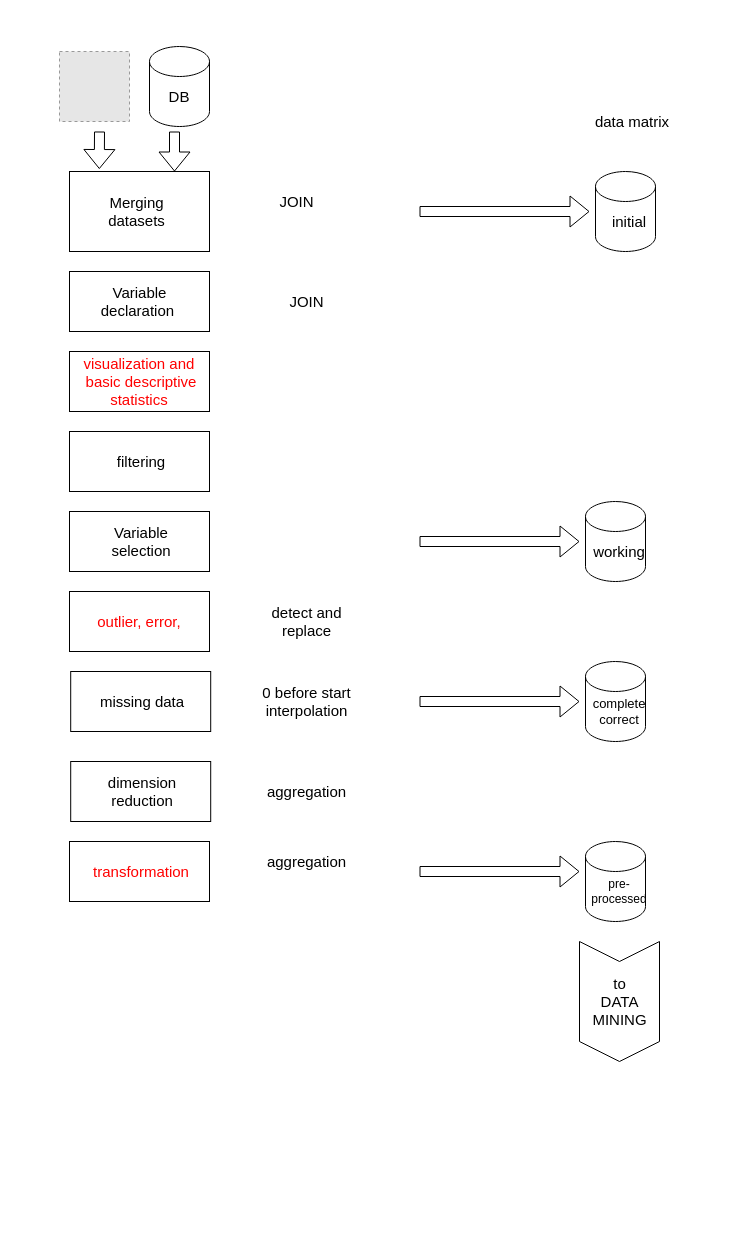
Above: pre-processing.drawio in spepechen/MVTEC-covid-test (draw.io), before the change. Source tidied: cells renumbered, new cells numbered last; positions are measured from the earlier drawing's top-left corner, leaving out a move shared by most shapes. Both pictures are drawn from the tidied source at 100%, with x=0, y=0 at pixel (59, 46). Pictures stored in the file or linked from it are replaced by grey dashed boxes.
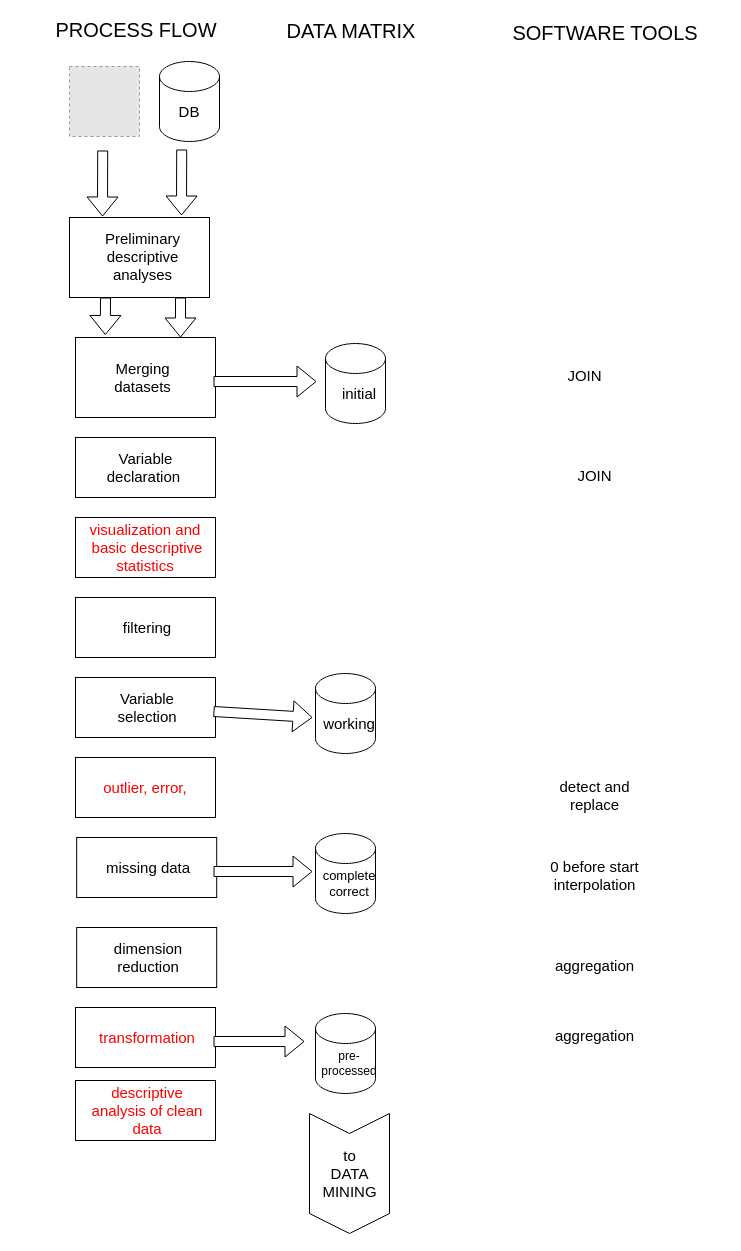
After the change.

Diff of the diagram source:
```diff
@@
     <mxCell id="2" style="fillColor=#E6E6E6;strokeColor=#999999;dashed=1;verticalLabelPosition=bottom;verticalAlign=top;fontSize=15;" parent="1" vertex="1">
-      <mxGeometry y="5" width="70" height="70" as="geometry" />
+      <mxGeometry x="10" y="20" width="70" height="70" as="geometry" />
     </mxCell>
     <mxCell id="3" style="shape=cylinder3;whiteSpace=wrap;html=1;boundedLbl=1;backgroundOutline=1;size=15;fontSize=15;" parent="1" vertex="1">
-      <mxGeometry x="90" width="60" height="80" as="geometry" />
+      <mxGeometry x="100" y="15" width="60" height="80" as="geometry" />
     </mxCell>
     <mxCell id="4" value="DB" style="text;html=1;strokeColor=none;align=center;verticalAlign=middle;whiteSpace=wrap;rounded=0;fillColor=#ffffff;fontSize=15;" parent="1" vertex="1">
-      <mxGeometry x="100" y="40" width="40" height="20" as="geometry" />
+      <mxGeometry x="110" y="55" width="40" height="20" as="geometry" />
     </mxCell>
     <mxCell id="5" style="rounded=0;whiteSpace=wrap;html=1;fillColor=#ffffff;fontSize=15;" parent="1" vertex="1">
-      <mxGeometry x="10" y="125" width="140" height="80" as="geometry" />
+      <mxGeometry x="16" y="291" width="140" height="80" as="geometry" />
     </mxCell>
     <mxCell id="6" value="Merging datasets" style="text;html=1;strokeColor=none;fillColor=none;align=center;verticalAlign=middle;whiteSpace=wrap;rounded=0;fontSize=15;" parent="1" vertex="1">
-      <mxGeometry x="20" y="155" width="115" height="20" as="geometry" />
+      <mxGeometry x="26" y="321" width="115" height="20" as="geometry" />
     </mxCell>
     <mxCell id="7" style="shape=flexArrow;endArrow=classic;html=1;fontSize=15;entryX=0.75;entryY=0;entryDx=0;entryDy=0;" parent="1" edge="1" target="5">
       <mxGeometry relative="1" as="geometry">
-        <mxPoint x="115" y="85" as="sourcePoint" />
+        <mxPoint x="121" y="251" as="sourcePoint" />
       </mxGeometry>
     </mxCell>
     <mxCell id="8" style="shape=flexArrow;endArrow=classic;html=1;fontSize=15;entryX=0.213;entryY=-0.031;entryDx=0;entryDy=0;entryPerimeter=0;" parent="1" edge="1" target="5">
       <mxGeometry relative="1" as="geometry">
-        <mxPoint x="40" y="85" as="sourcePoint" />
+        <mxPoint x="46" y="251" as="sourcePoint" />
       </mxGeometry>
     </mxCell>
     <mxCell id="9" style="shape=cylinder3;whiteSpace=wrap;html=1;boundedLbl=1;backgroundOutline=1;size=15;strokeColor=#000000;fillColor=#ffffff;fontSize=15;" parent="1" vertex="1">
-      <mxGeometry x="536" y="125" width="60" height="80" as="geometry" />
+      <mxGeometry x="266" y="297" width="60" height="80" as="geometry" />
     </mxCell>
     <mxCell id="10" style="shape=flexArrow;endArrow=classic;html=1;fontSize=15;fillColor=#ffffff;" parent="1" edge="1">
       <mxGeometry relative="1" as="geometry">
-        <mxPoint x="360" y="165" as="sourcePoint" />
-        <mxPoint x="530" y="165" as="targetPoint" />
+        <mxPoint x="154" y="335" as="sourcePoint" />
+        <mxPoint x="257" y="335" as="targetPoint" />
       </mxGeometry>
     </mxCell>
     <mxCell id="11" value="initial" style="text;html=1;strokeColor=none;align=center;verticalAlign=middle;whiteSpace=wrap;rounded=0;strokeWidth=4;fontSize=15;" parent="1" vertex="1">
-      <mxGeometry x="540" y="165" width="60" height="20" as="geometry" />
+      <mxGeometry x="270" y="337" width="60" height="20" as="geometry" />
     </mxCell>
     <mxCell id="12" style="rounded=0;whiteSpace=wrap;html=1;fillColor=#ffffff;fontSize=15;" parent="1" vertex="1">
-      <mxGeometry x="10" y="225" width="140" height="60" as="geometry" />
+      <mxGeometry x="16" y="391" width="140" height="60" as="geometry" />
     </mxCell>
     <mxCell id="13" value="Variable declaration&amp;nbsp;" style="text;html=1;strokeColor=none;fillColor=none;align=center;verticalAlign=middle;whiteSpace=wrap;rounded=0;fontSize=15;" parent="1" vertex="1">
-      <mxGeometry x="22.5" y="245" width="115" height="20" as="geometry" />
+      <mxGeometry x="28.5" y="411" width="115" height="20" as="geometry" />
     </mxCell>
     <mxCell id="14" style="rounded=0;whiteSpace=wrap;html=1;fillColor=#ffffff;fontSize=15;fontColor=#FF0000;" parent="1" vertex="1">
-      <mxGeometry x="10" y="305" width="140" height="60" as="geometry" />
+      <mxGeometry x="16" y="471" width="140" height="60" as="geometry" />
     </mxCell>
     <mxCell id="15" value="visualization and&amp;nbsp; basic descriptive statistics&amp;nbsp;" style="text;html=1;strokeColor=none;fillColor=none;align=center;verticalAlign=middle;whiteSpace=wrap;rounded=0;fontSize=15;fontColor=#FF0000;" parent="1" vertex="1">
-      <mxGeometry x="22.5" y="325" width="117.5" height="20" as="geometry" />
+      <mxGeometry x="28.5" y="491" width="117.5" height="20" as="geometry" />
     </mxCell>
     <mxCell id="16" style="rounded=0;whiteSpace=wrap;html=1;fillColor=#ffffff;fontSize=15;" parent="1" vertex="1">
-      <mxGeometry x="10" y="385" width="140" height="60" as="geometry" />
+      <mxGeometry x="16" y="551" width="140" height="60" as="geometry" />
     </mxCell>
     <mxCell id="17" value="filtering" style="text;html=1;strokeColor=none;fillColor=none;align=center;verticalAlign=middle;whiteSpace=wrap;rounded=0;fontSize=15;" parent="1" vertex="1">
-      <mxGeometry x="22.5" y="405" width="117.5" height="20" as="geometry" />
+      <mxGeometry x="28.5" y="571" width="117.5" height="20" as="geometry" />
     </mxCell>
     <mxCell id="18" style="rounded=0;whiteSpace=wrap;html=1;fillColor=#ffffff;fontSize=15;" parent="1" vertex="1">
-      <mxGeometry x="10" y="465" width="140" height="60" as="geometry" />
+      <mxGeometry x="16" y="631" width="140" height="60" as="geometry" />
     </mxCell>
     <mxCell id="19" value="Variable selection" style="text;html=1;strokeColor=none;fillColor=none;align=center;verticalAlign=middle;whiteSpace=wrap;rounded=0;fontSize=15;" parent="1" vertex="1">
-      <mxGeometry x="22.5" y="485" width="117.5" height="20" as="geometry" />
+      <mxGeometry x="28.5" y="651" width="117.5" height="20" as="geometry" />
     </mxCell>
     <mxCell id="20" style="shape=cylinder3;whiteSpace=wrap;html=1;boundedLbl=1;backgroundOutline=1;size=15;strokeColor=#000000;fillColor=#ffffff;fontSize=15;" parent="1" vertex="1">
-      <mxGeometry x="526" y="455" width="60" height="80" as="geometry" />
+      <mxGeometry x="256" y="627" width="60" height="80" as="geometry" />
     </mxCell>
     <mxCell id="21" style="shape=flexArrow;endArrow=classic;html=1;fontSize=15;fillColor=#ffffff;" parent="1" edge="1">
       <mxGeometry relative="1" as="geometry">
-        <mxPoint x="360" y="495" as="sourcePoint" />
-        <mxPoint x="520" y="495" as="targetPoint" />
+        <mxPoint x="154" y="665" as="sourcePoint" />
+        <mxPoint x="253" y="671" as="targetPoint" />
       </mxGeometry>
     </mxCell>
     <mxCell id="22" style="rounded=0;whiteSpace=wrap;html=1;fillColor=#ffffff;fontSize=15;" parent="1" vertex="1">
-      <mxGeometry x="10" y="545" width="140" height="60" as="geometry" />
+      <mxGeometry x="16" y="711" width="140" height="60" as="geometry" />
     </mxCell>
     <mxCell id="23" value="outlier, error,&amp;nbsp;" style="text;html=1;strokeColor=none;fillColor=none;align=center;verticalAlign=middle;whiteSpace=wrap;rounded=0;fontSize=15;fontColor=#FF0000;" parent="1" vertex="1">
-      <mxGeometry x="22.5" y="565" width="117.5" height="20" as="geometry" />
+      <mxGeometry x="28.5" y="731" width="117.5" height="20" as="geometry" />
     </mxCell>
     <mxCell id="24" style="shape=cylinder3;whiteSpace=wrap;html=1;boundedLbl=1;backgroundOutline=1;size=15;strokeColor=#000000;fillColor=#ffffff;fontSize=15;" parent="1" vertex="1">
-      <mxGeometry x="526" y="615" width="60" height="80" as="geometry" />
+      <mxGeometry x="256" y="787" width="60" height="80" as="geometry" />
     </mxCell>
     <mxCell id="25" style="rounded=0;whiteSpace=wrap;html=1;fillColor=#ffffff;fontSize=15;" parent="1" vertex="1">
-      <mxGeometry x="11.2" y="625" width="140" height="60" as="geometry" />
+      <mxGeometry x="17.2" y="791" width="140" height="60" as="geometry" />
     </mxCell>
     <mxCell id="26" value="missing data" style="text;html=1;strokeColor=none;fillColor=none;align=center;verticalAlign=middle;whiteSpace=wrap;rounded=0;fontSize=15;" parent="1" vertex="1">
-      <mxGeometry x="23.8" y="645" width="117.5" height="20" as="geometry" />
+      <mxGeometry x="29.8" y="811" width="117.5" height="20" as="geometry" />
     </mxCell>
     <mxCell id="27" style="shape=flexArrow;endArrow=classic;html=1;fontSize=15;fillColor=#ffffff;" parent="1" edge="1">
       <mxGeometry relative="1" as="geometry">
-        <mxPoint x="360" y="655" as="sourcePoint" />
-        <mxPoint x="520" y="655" as="targetPoint" />
+        <mxPoint x="154" y="825" as="sourcePoint" />
+        <mxPoint x="253" y="825" as="targetPoint" />
       </mxGeometry>
     </mxCell>
     <mxCell id="28" style="rounded=0;whiteSpace=wrap;html=1;fillColor=#ffffff;fontSize=15;" parent="1" vertex="1">
-      <mxGeometry x="11.2" y="715" width="140" height="60" as="geometry" />
+      <mxGeometry x="17.2" y="881" width="140" height="60" as="geometry" />
     </mxCell>
     <mxCell id="29" value="dimension reduction" style="text;html=1;strokeColor=none;fillColor=none;align=center;verticalAlign=middle;whiteSpace=wrap;rounded=0;fontSize=15;" parent="1" vertex="1">
-      <mxGeometry x="23.8" y="735" width="117.5" height="20" as="geometry" />
+      <mxGeometry x="29.8" y="901" width="117.5" height="20" as="geometry" />
     </mxCell>
     <mxCell id="30" style="rounded=0;whiteSpace=wrap;html=1;fillColor=#ffffff;fontSize=15;" parent="1" vertex="1">
-      <mxGeometry x="10" y="795" width="140" height="60" as="geometry" />
+      <mxGeometry x="16" y="961" width="140" height="60" as="geometry" />
     </mxCell>
     <mxCell id="31" value="transformation" style="text;html=1;strokeColor=none;fillColor=none;align=center;verticalAlign=middle;whiteSpace=wrap;rounded=0;fontSize=15;fontColor=#FF0000;" parent="1" vertex="1">
-      <mxGeometry x="22.5" y="815" width="117.5" height="20" as="geometry" />
+      <mxGeometry x="28.5" y="981" width="117.5" height="20" as="geometry" />
     </mxCell>
     <mxCell id="32" style="shape=flexArrow;endArrow=classic;html=1;fontSize=15;fillColor=#ffffff;" parent="1" edge="1">
       <mxGeometry relative="1" as="geometry">
-        <mxPoint x="360" y="825" as="sourcePoint" />
-        <mxPoint x="520" y="825" as="targetPoint" />
+        <mxPoint x="154" y="995" as="sourcePoint" />
+        <mxPoint x="245" y="995" as="targetPoint" />
       </mxGeometry>
     </mxCell>
     <mxCell id="33" style="shape=cylinder3;whiteSpace=wrap;html=1;boundedLbl=1;backgroundOutline=1;size=15;strokeColor=#000000;fillColor=#ffffff;fontSize=15;" parent="1" vertex="1">
-      <mxGeometry x="526" y="795" width="60" height="80" as="geometry" />
+      <mxGeometry x="256" y="967" width="60" height="80" as="geometry" />
     </mxCell>
     <mxCell id="34" style="shape=step;perimeter=stepPerimeter;whiteSpace=wrap;html=1;fixedSize=1;strokeColor=#000000;strokeWidth=1;fillColor=#ffffff;fontSize=15;fontColor=#FF0000;direction=south;" parent="1" vertex="1">
-      <mxGeometry x="520" y="895" width="80" height="120" as="geometry" />
+      <mxGeometry x="250" y="1067" width="80" height="120" as="geometry" />
     </mxCell>
     <mxCell id="35" value="to DATA MINING" style="text;html=1;strokeColor=none;fillColor=none;align=center;verticalAlign=middle;whiteSpace=wrap;rounded=0;fontSize=15;" parent="1" vertex="1">
-      <mxGeometry x="535.6" y="915" width="48.8" height="80" as="geometry" />
+      <mxGeometry x="265.6" y="1087" width="48.8" height="80" as="geometry" />
     </mxCell>
-    <mxCell id="36" value="data matrix" style="text;html=1;strokeColor=none;align=center;verticalAlign=middle;whiteSpace=wrap;rounded=0;fillColor=#ffffff;strokeWidth=4;fontSize=15;" parent="1" vertex="1">
-      <mxGeometry x="490" y="65" width="166" height="20" as="geometry" />
+    <mxCell id="36" value="DATA MATRIX" style="text;html=1;strokeColor=none;align=center;verticalAlign=middle;whiteSpace=wrap;rounded=0;fillColor=#ffffff;strokeWidth=4;fontSize=20;" parent="1" vertex="1">
+      <mxGeometry x="209" y="-26" width="166" height="20" as="geometry" />
     </mxCell>
     <mxCell id="37" value="working" style="text;html=1;strokeColor=none;align=center;verticalAlign=middle;whiteSpace=wrap;rounded=0;strokeWidth=4;fontSize=15;" parent="1" vertex="1">
-      <mxGeometry x="530" y="495" width="60" height="20" as="geometry" />
+      <mxGeometry x="260" y="667" width="60" height="20" as="geometry" />
     </mxCell>
     <mxCell id="38" value="complete&lt;br style=&quot;font-size: 13px;&quot;&gt;correct" style="text;html=1;strokeColor=none;align=center;verticalAlign=middle;whiteSpace=wrap;rounded=0;strokeWidth=4;fontSize=13;" parent="1" vertex="1">
-      <mxGeometry x="530" y="645" width="60" height="40" as="geometry" />
+      <mxGeometry x="260" y="817" width="60" height="40" as="geometry" />
     </mxCell>
     <mxCell id="39" value="pre-processed" style="text;html=1;strokeColor=none;align=center;verticalAlign=middle;whiteSpace=wrap;rounded=0;strokeWidth=4;fontSize=12;" parent="1" vertex="1">
-      <mxGeometry x="530" y="825" width="60" height="40" as="geometry" />
+      <mxGeometry x="260" y="997" width="60" height="40" as="geometry" />
     </mxCell>
     <mxCell id="40" value="JOIN" style="text;html=1;strokeColor=none;fillColor=none;align=center;verticalAlign=middle;whiteSpace=wrap;rounded=0;fontSize=15;" parent="1" vertex="1">
-      <mxGeometry x="180" y="145" width="115" height="20" as="geometry" />
+      <mxGeometry x="468" y="319" width="115" height="20" as="geometry" />
     </mxCell>
     <mxCell id="41" value="JOIN" style="text;html=1;strokeColor=none;fillColor=none;align=center;verticalAlign=middle;whiteSpace=wrap;rounded=0;fontSize=15;" parent="1" vertex="1">
-      <mxGeometry x="190" y="245" width="115" height="20" as="geometry" />
+      <mxGeometry x="478" y="419" width="115" height="20" as="geometry" />
     </mxCell>
     <mxCell id="42" value="aggregation" style="text;html=1;strokeColor=none;fillColor=none;align=center;verticalAlign=middle;whiteSpace=wrap;rounded=0;fontSize=15;" parent="1" vertex="1">
-      <mxGeometry x="190" y="735" width="115" height="20" as="geometry" />
+      <mxGeometry x="478" y="909" width="115" height="20" as="geometry" />
     </mxCell>
     <mxCell id="43" value="0 before start&lt;br&gt;interpolation" style="text;html=1;strokeColor=none;fillColor=none;align=center;verticalAlign=middle;whiteSpace=wrap;rounded=0;fontSize=15;" parent="1" vertex="1">
-      <mxGeometry x="190" y="645" width="115" height="20" as="geometry" />
+      <mxGeometry x="478" y="819" width="115" height="20" as="geometry" />
     </mxCell>
     <mxCell id="44" value="detect and replace" style="text;html=1;strokeColor=none;fillColor=none;align=center;verticalAlign=middle;whiteSpace=wrap;rounded=0;fontSize=15;" parent="1" vertex="1">
-      <mxGeometry x="190" y="565" width="115" height="20" as="geometry" />
+      <mxGeometry x="478" y="739" width="115" height="20" as="geometry" />
     </mxCell>
     <mxCell id="45" value="aggregation" style="text;html=1;strokeColor=none;fillColor=none;align=center;verticalAlign=middle;whiteSpace=wrap;rounded=0;fontSize=15;" parent="1" vertex="1">
-      <mxGeometry x="190" y="805" width="115" height="20" as="geometry" />
+      <mxGeometry x="478" y="979" width="115" height="20" as="geometry" />
     </mxCell>
+    <mxCell id="46" value="PROCESS FLOW" style="text;html=1;strokeColor=none;fillColor=none;align=center;verticalAlign=middle;whiteSpace=wrap;rounded=0;fontSize=20;" parent="1" vertex="1">
+      <mxGeometry x="-42" y="-27" width="238" height="20" as="geometry" />
+    </mxCell>
+    <mxCell id="47" value="SOFTWARE TOOLS" style="text;html=1;strokeColor=none;fillColor=none;align=center;verticalAlign=middle;whiteSpace=wrap;rounded=0;fontSize=20;" parent="1" vertex="1">
+      <mxGeometry x="427" y="-24" width="238" height="20" as="geometry" />
+    </mxCell>
+    <mxCell id="48" style="rounded=0;whiteSpace=wrap;html=1;fillColor=#ffffff;fontSize=15;" parent="1" vertex="1">
+      <mxGeometry x="10" y="171" width="140" height="80" as="geometry" />
+    </mxCell>
+    <mxCell id="49" value="Preliminary descriptive analyses" style="text;html=1;strokeColor=none;fillColor=none;align=center;verticalAlign=middle;whiteSpace=wrap;rounded=0;fontSize=15;" parent="1" vertex="1">
+      <mxGeometry x="26" y="200" width="115" height="20" as="geometry" />
+    </mxCell>
+    <mxCell id="50" style="shape=flexArrow;endArrow=classic;html=1;fontSize=15;" parent="1" edge="1">
+      <mxGeometry relative="1" as="geometry">
+        <mxPoint x="43.2" y="104" as="sourcePoint" />
+        <mxPoint x="43" y="170" as="targetPoint" />
+      </mxGeometry>
+    </mxCell>
+    <mxCell id="51" style="shape=flexArrow;endArrow=classic;html=1;fontSize=15;" parent="1" edge="1">
+      <mxGeometry relative="1" as="geometry">
+        <mxPoint x="122.2" y="103" as="sourcePoint" />
+        <mxPoint x="122" y="169" as="targetPoint" />
+      </mxGeometry>
+    </mxCell>
+    <mxCell id="52" style="rounded=0;whiteSpace=wrap;html=1;fillColor=#ffffff;fontSize=15;" parent="1" vertex="1">
+      <mxGeometry x="16" y="1034" width="140" height="60" as="geometry" />
+    </mxCell>
+    <mxCell id="53" value="descriptive analysis of clean data" style="text;html=1;strokeColor=none;fillColor=none;align=center;verticalAlign=middle;whiteSpace=wrap;rounded=0;fontSize=15;fontColor=#FF0000;" parent="1" vertex="1">
+      <mxGeometry x="28.5" y="1054" width="117.5" height="20" as="geometry" />
+    </mxCell>
```
